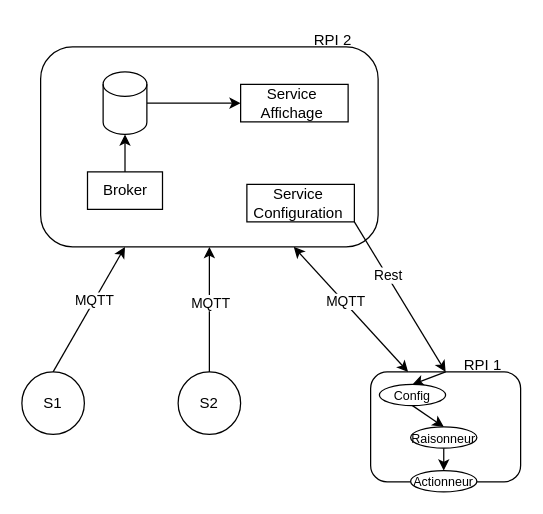
AdamOmv/LPIOTIA2023_ResilienceEnergy keeps this draw.io diagram as Définition Projet/Architecture_Logiciel.drawio. Above is the earlier version. Source tidied: cells renumbered, new cells numbered last; positions are measured from the earlier drawing's top-left corner, leaving out a move shared by most shapes. Both pictures are drawn from the tidied source at 125%, with x=0, y=0 at pixel (21, 21).
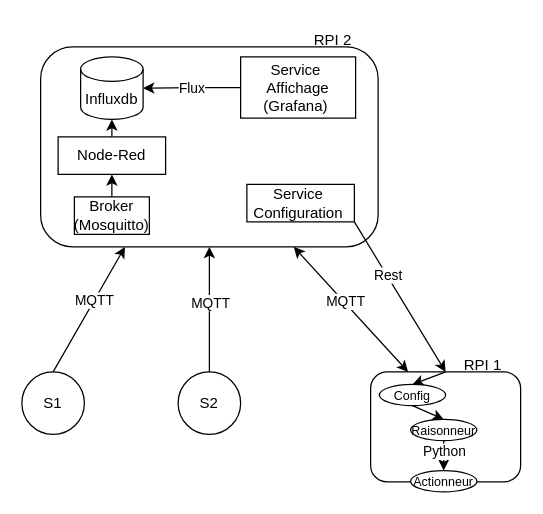
The same diagram, later.

The change refers to these unchanged cells:
```xml
<mxCell id="22" style="edgeStyle=none;rounded=0;jettySize=auto;html=1;exitX=0.5;exitY=1;exitDx=0;exitDy=0;fontSize=10;startArrow=none;startFill=0;endArrow=classic;endFill=1;" parent="1" edge="1" source="23" target="24">
  <mxGeometry relative="1" as="geometry" />
</mxCell>
```

What changed in the source:
```diff
@@
-    <mxCell id="14" style="edgeStyle=orthogonalEdgeStyle;rounded=0;jettySize=auto;html=1;exitX=0.5;exitY=0;exitDx=0;exitDy=0;" parent="1" edge="1" source="15" target="21">
-      <mxGeometry relative="1" as="geometry" />
-    </mxCell>
+    <mxCell id="28" style="edgeStyle=orthogonalEdgeStyle;rounded=0;jettySize=auto;html=1;exitX=0.5;exitY=0;exitDx=0;exitDy=0;entryX=0.5;entryY=1;entryDx=0;entryDy=0;" parent="1" edge="1" source="15" target="32">
+      <mxGeometry relative="1" as="geometry" />
+    </mxCell>
-    <mxCell id="15" value="Broker" style="rounded=0;whiteSpace=wrap;html=1;" parent="1" vertex="1">
-      <mxGeometry x="52.5" y="120" width="60" height="30" as="geometry" />
+    <mxCell id="15" value="Broker&lt;br&gt;(Mosquitto)" style="rounded=0;whiteSpace=wrap;html=1;" parent="1" vertex="1">
+      <mxGeometry x="42" y="140" width="60" height="30" as="geometry" />
     </mxCell>
@@
+    <mxCell id="29" value="Flux" style="edgeStyle=orthogonalEdgeStyle;rounded=0;jettySize=auto;html=1;exitX=0;exitY=0.5;exitDx=0;exitDy=0;entryX=1;entryY=0.5;entryDx=0;entryDy=0;entryPerimeter=0;" parent="1" edge="1" source="19" target="21">
+      <mxGeometry relative="1" as="geometry">
+        <Array as="points">
+          <mxPoint x="136" y="53" />
+        </Array>
+      </mxGeometry>
+    </mxCell>
-    <mxCell id="19" value="Service&amp;nbsp;&lt;br&gt;Affichage&amp;nbsp;" style="rounded=0;whiteSpace=wrap;html=1;" parent="1" vertex="1">
-      <mxGeometry x="175" y="50" width="86" height="30" as="geometry" />
+    <mxCell id="19" value="Service&amp;nbsp;&lt;br&gt;Affichage&lt;br&gt;(Grafana)&amp;nbsp;" style="rounded=0;whiteSpace=wrap;html=1;" parent="1" vertex="1">
+      <mxGeometry x="175" y="28" width="92" height="49" as="geometry" />
     </mxCell>
-    <mxCell id="20" style="edgeStyle=orthogonalEdgeStyle;rounded=0;jettySize=auto;html=1;entryX=0;entryY=0.5;entryDx=0;entryDy=0;" parent="1" edge="1" source="21" target="19">
-      <mxGeometry relative="1" as="geometry" />
-    </mxCell>
-    <mxCell id="21" style="shape=cylinder3;whiteSpace=wrap;html=1;boundedLbl=1;backgroundOutline=1;size=9.799999999999955;" parent="1" vertex="1">
-      <mxGeometry x="65" y="40" width="35" height="50" as="geometry" />
+    <mxCell id="21" value="Influxdb" style="shape=cylinder3;whiteSpace=wrap;html=1;boundedLbl=1;backgroundOutline=1;size=9.799999999999955;" parent="1" vertex="1">
+      <mxGeometry x="47" y="28" width="50" height="50" as="geometry" />
     </mxCell>
@@
+    <mxCell id="30" value="Python" style="edgeLabel;html=1;align=center;verticalAlign=middle;" parent="22" vertex="1">
+      <mxGeometry x="-0.33" relative="1" as="geometry" />
+    </mxCell>
     <mxCell id="23" value="&lt;font style=&quot;font-size: 10px;&quot;&gt;Raisonneur&lt;/font&gt;" style="ellipse;whiteSpace=wrap;html=1;" parent="1" vertex="1">
-      <mxGeometry x="311" y="324" width="53" height="17" as="geometry" />
+      <mxGeometry x="311" y="318" width="53" height="17" as="geometry" />
     </mxCell>
@@
+    <mxCell id="31" style="edgeStyle=orthogonalEdgeStyle;rounded=0;jettySize=auto;html=1;exitX=0.5;exitY=0;exitDx=0;exitDy=0;entryX=0.5;entryY=1;entryDx=0;entryDy=0;entryPerimeter=0;" parent="1" edge="1" source="32" target="21">
+      <mxGeometry relative="1" as="geometry" />
+    </mxCell>
+    <mxCell id="32" value="Node-Red" style="rounded=0;whiteSpace=wrap;html=1;" parent="1" vertex="1">
+      <mxGeometry x="29" y="92" width="86" height="30" as="geometry" />
+    </mxCell>
```
